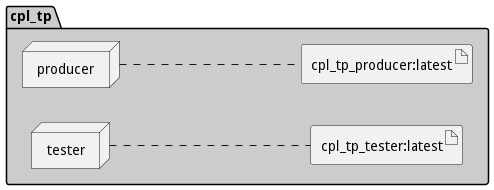
Before: docs/edgemere/cpl/tp/envs/test/deployment.png, a diagram exported from PlantUML (madajaju/edgemere). The source it was exported from:
```plantuml
@startuml

left to right direction







package "cpl_tp" #cccccc {

node "producer" as producerService
node "tester" as testerService


        artifact "cpl_tp_producer:latest" as cpl_tp_producerlatestimage

        artifact "cpl_tp_tester:latest" as cpl_tp_testerlatestimage

}
producerService .... cpl_tp_producerlatestimage
testerService .... cpl_tp_testerlatestimage


@enduml
```
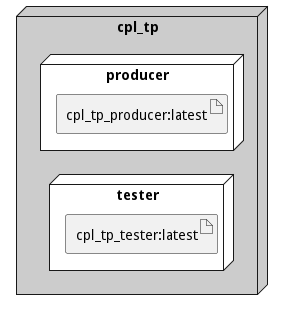
Later version of the same file.

Diff of the diagram source:
```diff
@@ -7,20 +7,24 @@
 
 
 
-
-package "cpl_tp" #cccccc {
-
-node "producer" as producerService
-node "tester" as testerService
+node "cpl_tp" #cccccc {
 
 
-        artifact "cpl_tp_producer:latest" as cpl_tp_producerlatestimage
 
-        artifact "cpl_tp_tester:latest" as cpl_tp_testerlatestimage
+node "producer" as producerService #white {
+
+
+    artifact "cpl_tp_producer:latest" as cpl_tp_producerlatestimage
 
 }
-producerService .... cpl_tp_producerlatestimage
-testerService .... cpl_tp_testerlatestimage
+node "tester" as testerService #white {
+
+
+    artifact "cpl_tp_tester:latest" as cpl_tp_testerlatestimage
+
+}
+
+}
 
 
 @enduml
```
